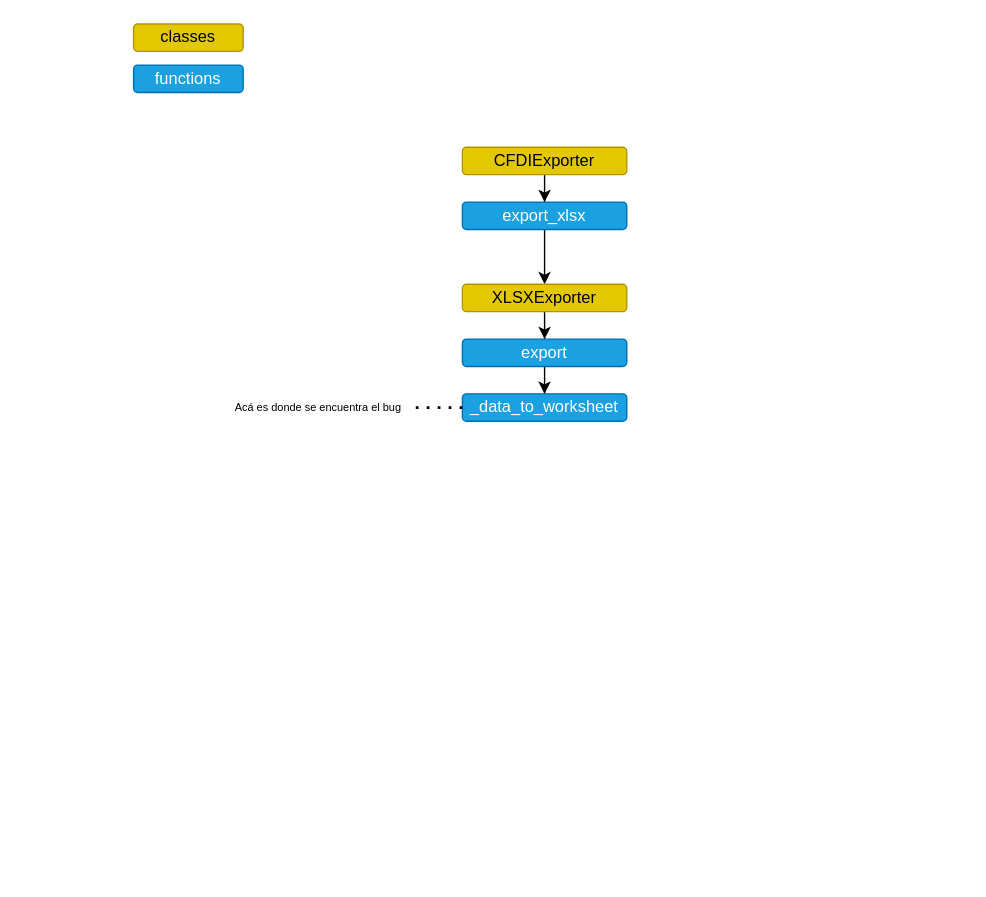
Before: 8372 Excel Bug.drawio in SamuelGarcia22/diagrams, a draw.io diagram. Source tidied: cells renumbered, new cells numbered last; positions are measured from the earlier drawing's top-left corner, leaving out a move shared by most shapes. Both pictures are drawn from the tidied source at 137%, with x=0, y=0 at pixel (133, 23).
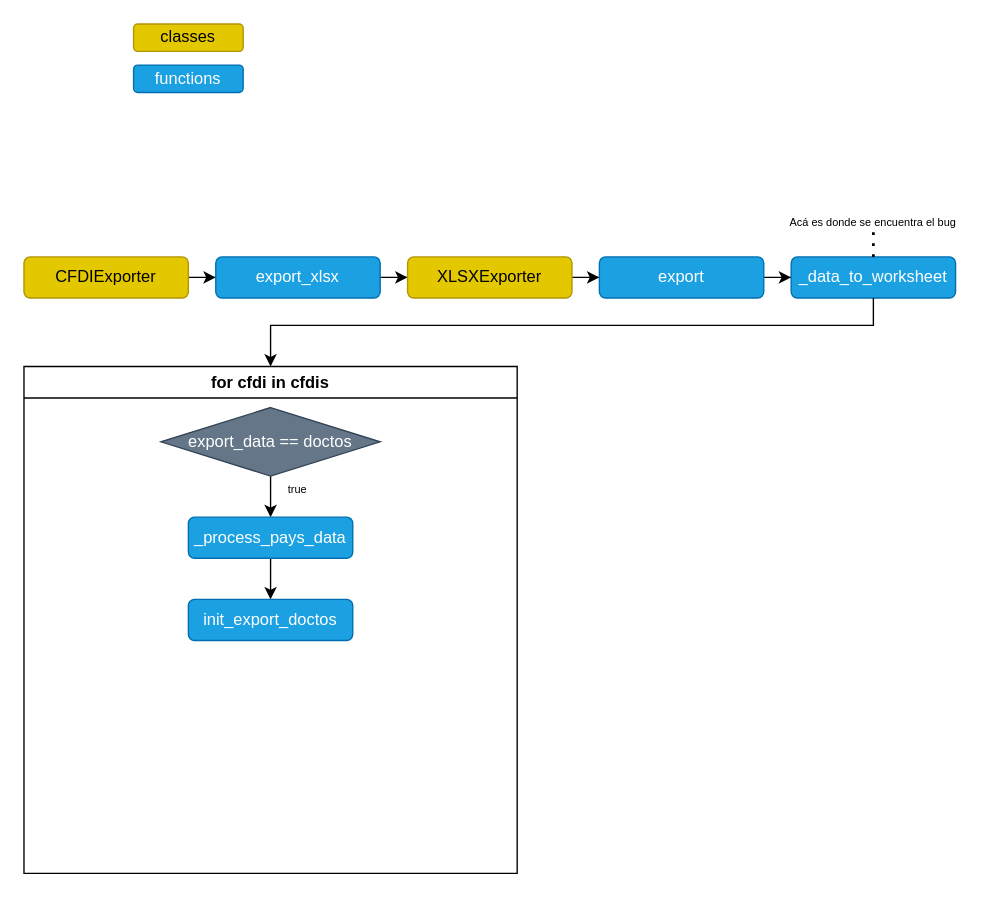
After the change.

The edit, as a diff of the source:
```diff
@@
     <mxCell id="3" value="CFDIExporter" style="rounded=1;whiteSpace=wrap;html=1;fillColor=#e3c800;fontColor=#000000;strokeColor=#B09500;" parent="1" vertex="1">
-      <mxGeometry x="240" y="90" width="120" height="20" as="geometry" />
+      <mxGeometry x="-80" y="170" width="120" height="30" as="geometry" />
     </mxCell>
@@
     <mxCell id="5" value="export_xlsx" style="whiteSpace=wrap;html=1;rounded=1;fillColor=#1ba1e2;fontColor=#ffffff;strokeColor=#006EAF;" parent="1" vertex="1">
-      <mxGeometry x="240" y="130" width="120" height="20" as="geometry" />
+      <mxGeometry x="60" y="170" width="120" height="30" as="geometry" />
     </mxCell>
@@
     <mxCell id="7" value="XLSXExporter" style="whiteSpace=wrap;html=1;rounded=1;fillColor=#e3c800;fontColor=#000000;strokeColor=#B09500;" parent="1" vertex="1">
-      <mxGeometry x="240" y="190" width="120" height="20" as="geometry" />
+      <mxGeometry x="200" y="170" width="120" height="30" as="geometry" />
     </mxCell>
@@
     <mxCell id="11" value="export" style="whiteSpace=wrap;html=1;fillColor=#1ba1e2;strokeColor=#006EAF;fontColor=#ffffff;rounded=1;" parent="1" vertex="1">
-      <mxGeometry x="240" y="230" width="120" height="20" as="geometry" />
+      <mxGeometry x="340" y="170" width="120" height="30" as="geometry" />
     </mxCell>
     <mxCell id="12" value="_data_to_worksheet" style="whiteSpace=wrap;html=1;fillColor=#1ba1e2;strokeColor=#006EAF;fontColor=#ffffff;rounded=1;" parent="1" vertex="1">
-      <mxGeometry x="240" y="270" width="120" height="20" as="geometry" />
+      <mxGeometry x="480" y="170" width="120" height="30" as="geometry" />
     </mxCell>
-    <mxCell id="13" style="endArrow=none;dashed=1;html=1;dashPattern=1 3;strokeWidth=2;rounded=0;exitX=0;exitY=0.5;exitDx=0;exitDy=0;fontColor=light-dark(#000000,#8A8A8A);strokeColor=light-dark(#000000,#8A8A8A);" parent="1" edge="1" source="12" target="14">
+    <mxCell id="13" style="endArrow=none;dashed=1;html=1;dashPattern=1 3;strokeWidth=2;rounded=0;exitX=0.5;exitY=0;exitDx=0;exitDy=0;fontColor=light-dark(#000000,#8A8A8A);strokeColor=light-dark(#000000,#8A8A8A);" parent="1" edge="1" source="12" target="14">
       <mxGeometry relative="1" as="geometry" />
     </mxCell>
     <mxCell id="14" value="Acá es donde se encuentra el bug" style="text;html=1;align=center;verticalAlign=middle;whiteSpace=wrap;rounded=0;fontSize=8;fontColor=light-dark(#000000,#8A8A8A);" parent="1" vertex="1">
-      <mxGeometry x="70" y="275" width="130" height="10" as="geometry" />
+      <mxGeometry x="475" y="140" width="130" height="10" as="geometry" />
     </mxCell>
+    <mxCell id="15" style="endArrow=classic;html=1;rounded=0;exitX=0.5;exitY=1;exitDx=0;exitDy=0;entryX=0.5;entryY=0;entryDx=0;entryDy=0;" parent="1" edge="1" source="12" target="16">
+      <mxGeometry relative="1" as="geometry">
+        <Array as="points">
+          <mxPoint x="540" y="220" />
+          <mxPoint x="100" y="220" />
+        </Array>
+      </mxGeometry>
+    </mxCell>
+    <mxCell id="16" value="for cfdi in cfdis" style="swimlane;whiteSpace=wrap;html=1;" parent="1" vertex="1">
+      <mxGeometry x="-80" y="250" width="360" height="370" as="geometry" />
+    </mxCell>
+    <mxCell id="17" style="edgeStyle=orthogonalEdgeStyle;rounded=0;jettySize=auto;html=1;" parent="16" edge="1" source="18" target="20">
+      <mxGeometry relative="1" as="geometry" />
+    </mxCell>
+    <mxCell id="18" value="export_data == doctos" style="rhombus;whiteSpace=wrap;html=1;fillColor=#647687;fontColor=#ffffff;strokeColor=#314354;" parent="16" vertex="1">
+      <mxGeometry x="100" y="30" width="160" height="50" as="geometry" />
+    </mxCell>
+    <mxCell id="19" style="edgeStyle=orthogonalEdgeStyle;rounded=0;jettySize=auto;html=1;" parent="16" edge="1" source="20" target="22">
+      <mxGeometry relative="1" as="geometry" />
+    </mxCell>
+    <mxCell id="20" value="_process_pays_data" style="rounded=1;whiteSpace=wrap;html=1;fillColor=#1ba1e2;strokeColor=#006EAF;fontColor=#ffffff;" parent="16" vertex="1">
+      <mxGeometry x="120" y="110" width="120" height="30" as="geometry" />
+    </mxCell>
+    <mxCell id="21" value="true" style="text;html=1;align=center;verticalAlign=middle;whiteSpace=wrap;rounded=0;fontSize=8;fontColor=light-dark(#000000,#8A8A8A);" parent="16" vertex="1">
+      <mxGeometry x="180" y="80" width="40" height="20" as="geometry" />
+    </mxCell>
+    <mxCell id="22" value="init_export_doctos" style="whiteSpace=wrap;html=1;fillColor=#1ba1e2;strokeColor=#006EAF;fontColor=#ffffff;rounded=1;" parent="16" vertex="1">
+      <mxGeometry x="120" y="170" width="120" height="30" as="geometry" />
+    </mxCell>
```
